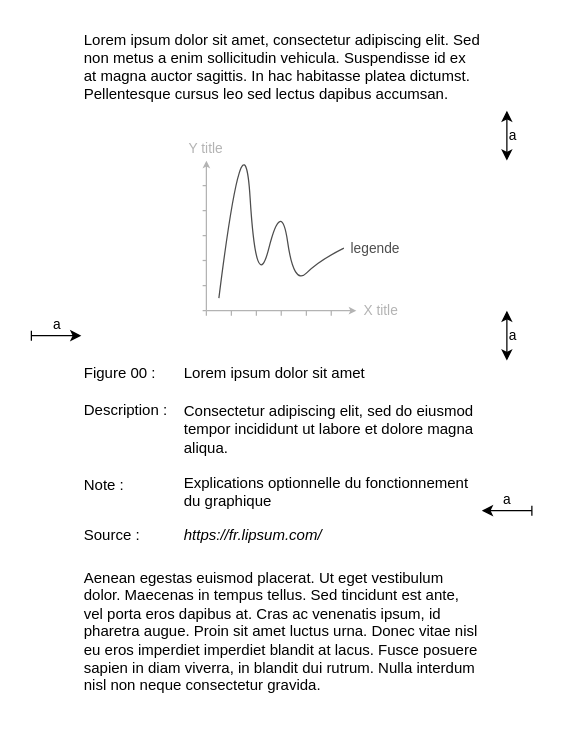
Before: img/general-graphics-rules.drawio in AntheaLiles/research-data-viz, a draw.io diagram. Source tidied: cells renumbered, new cells numbered last; positions are measured from the earlier drawing's top-left corner, leaving out a move shared by most shapes. Both pictures are drawn from the tidied source at 125%, with x=0, y=0 at pixel (31, 22).
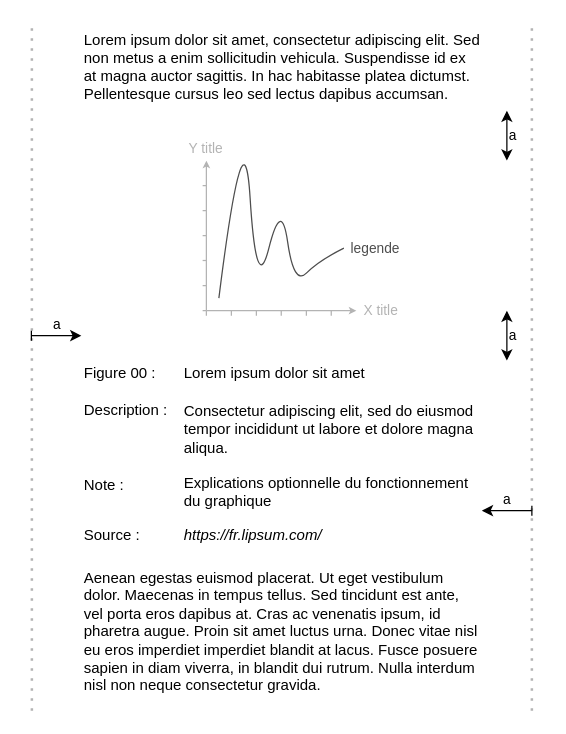
Above is the later version.

Change to the diagram source:
```diff
@@
+    <mxCell id="34" style="endArrow=none;dashed=1;html=1;dashPattern=1 3;strokeWidth=2;rounded=0;strokeColor=#B3B3B3;fontColor=#B3B3B3;" parent="1" edge="1">
+      <mxGeometry relative="1" as="geometry">
+        <mxPoint y="550" as="sourcePoint" />
+        <mxPoint as="targetPoint" />
+      </mxGeometry>
+    </mxCell>
+    <mxCell id="35" style="endArrow=none;dashed=1;html=1;dashPattern=1 3;strokeWidth=2;rounded=0;strokeColor=#B3B3B3;fontColor=#B3B3B3;" parent="1" edge="1">
+      <mxGeometry relative="1" as="geometry">
+        <mxPoint x="400" y="550" as="sourcePoint" />
+        <mxPoint x="400" as="targetPoint" />
+      </mxGeometry>
+    </mxCell>
```
